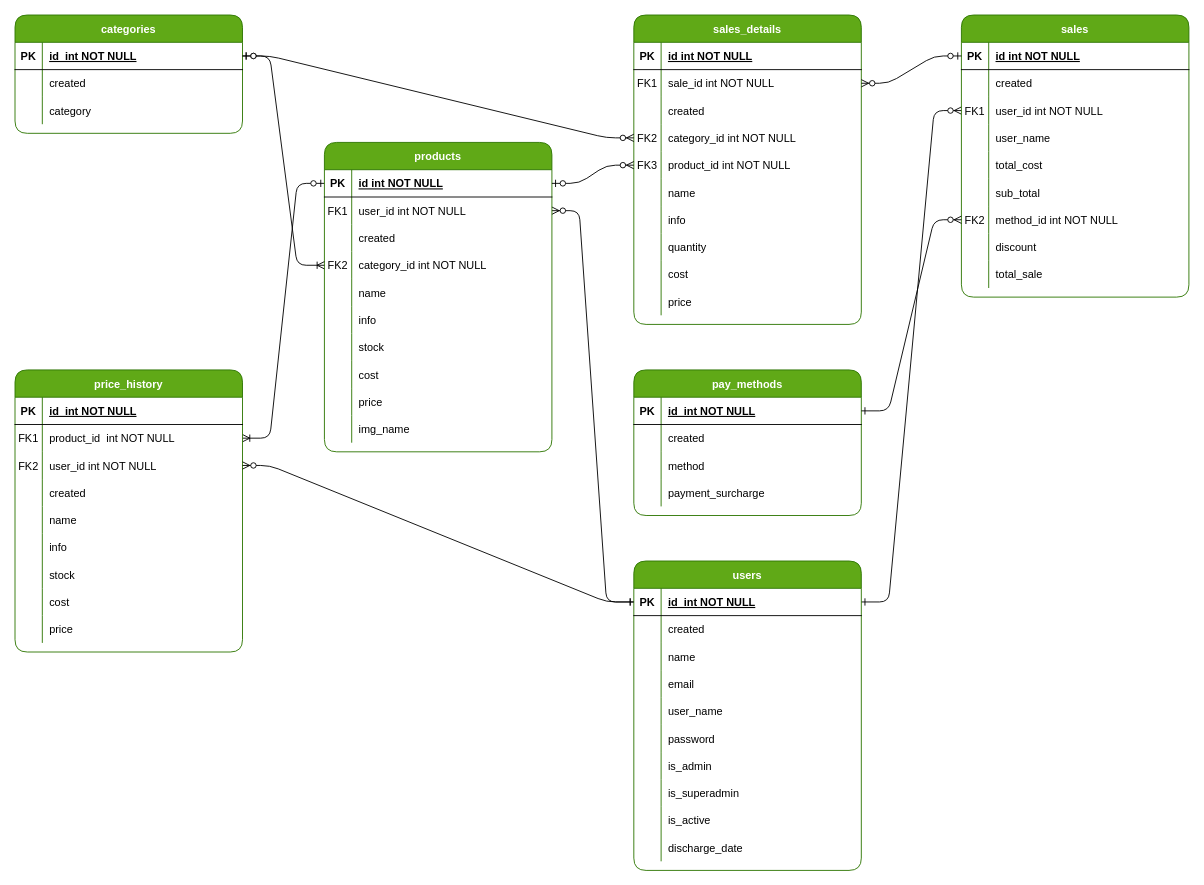
Earlier version of the draw.io diagram Entidades-relaciones.drawio (m415x/POS). Source tidied: cells renumbered, new cells numbered last; positions are measured from the earlier drawing's top-left corner, leaving out a move shared by most shapes. Both pictures are drawn from the tidied source at 91%, with x=0, y=0 at pixel (15, 15).
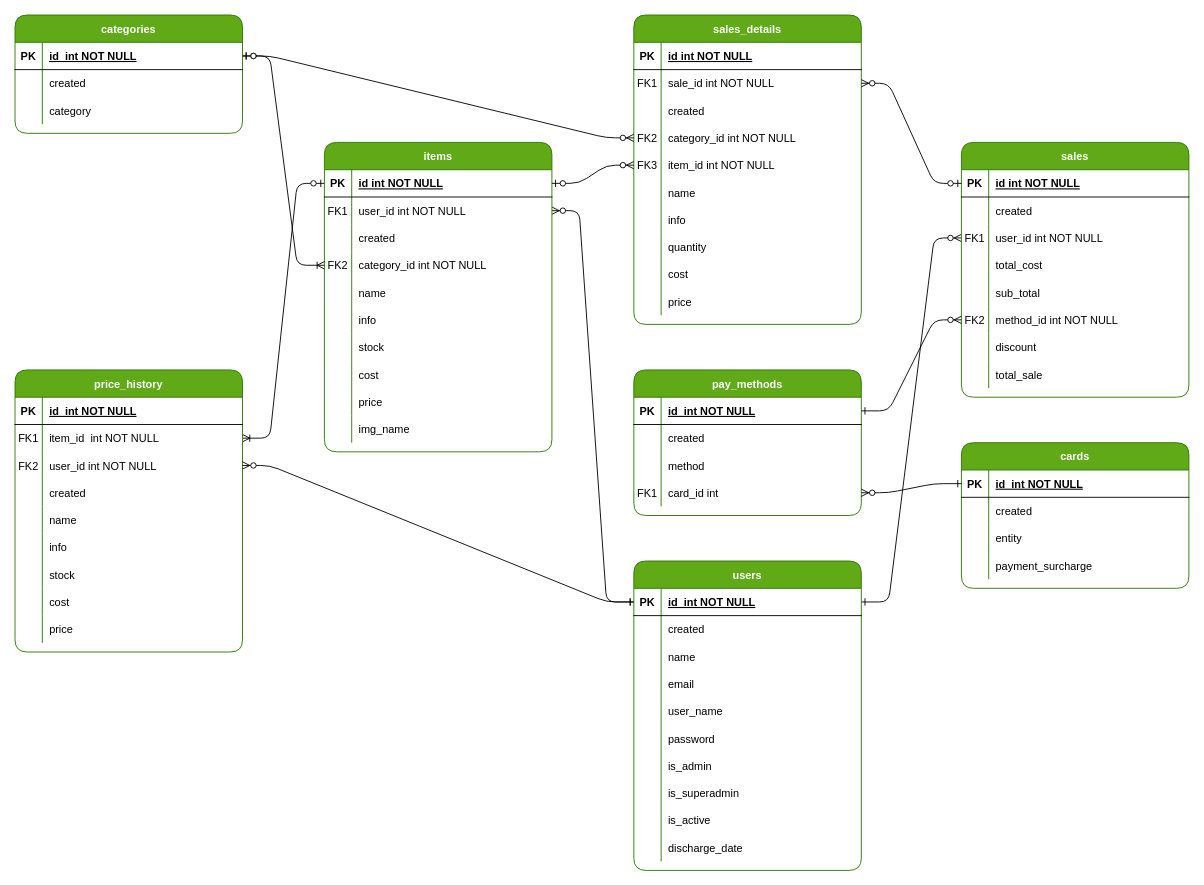
Above is the later version.

The change refers to these unchanged cells:
```xml
<mxCell id="108" style="shape=partialRectangle;fillColor=none;points=[[0,0.5],[1,0.5]];portConstraint=eastwest;top=0;left=0;right=0;bottom=0;" parent="95" vertex="1">
  <mxGeometry y="150" width="250" height="30" as="geometry" />
</mxCell>
<mxCell id="132" style="shape=partialRectangle;fillColor=none;points=[[0,0.5],[1,0.5]];portConstraint=eastwest;top=0;left=0;right=0;bottom=0;" parent="128" vertex="1">
  <mxGeometry y="60" width="250" height="30" as="geometry" />
</mxCell>
<mxCell id="156" value="pay_methods" style="shape=table;startSize=30;childLayout=tableLayout;rowLines=0;fontStyle=1;align=center;rounded=1;fillColor=#60a917;fontColor=#ffffff;strokeColor=#2D7600;" parent="1" vertex="1">
  <mxGeometry x="680" y="390" width="250" height="160" as="geometry" />
</mxCell>
```

Change to the diagram source:
```diff
@@
-    <mxCell id="5" value="products" style="shape=table;startSize=30;childLayout=tableLayout;rowLines=0;fontStyle=1;align=center;rounded=1;fillColor=#60a917;fontColor=#ffffff;strokeColor=#2D7600;" parent="1" vertex="1">
+    <mxCell id="5" value="items" style="shape=table;startSize=30;childLayout=tableLayout;rowLines=0;fontStyle=1;align=center;rounded=1;fillColor=#60a917;fontColor=#ffffff;strokeColor=#2D7600;" parent="1" vertex="1">
       <mxGeometry x="340" y="140" width="250" height="340" as="geometry" />
     </mxCell>
@@
     <mxCell id="36" value="sales" style="shape=table;startSize=30;childLayout=tableLayout;rowLines=0;fontStyle=1;align=center;rounded=1;fillColor=#60a917;fontColor=#ffffff;strokeColor=#2D7600;" parent="1" vertex="1">
-      <mxGeometry x="1040" width="250" height="310" as="geometry" />
+      <mxGeometry x="1040" y="140" width="250" height="280" as="geometry" />
     </mxCell>
@@
-    <mxCell id="46" style="shape=partialRectangle;fillColor=none;top=0;left=0;right=0;bottom=0;" parent="36" vertex="1">
-      <mxGeometry y="120" width="250" height="30" as="geometry" />
-    </mxCell>
-    <mxCell id="47" style="shape=partialRectangle;overflow=hidden;fillColor=none;top=0;left=0;bottom=0;right=0;" parent="46" vertex="1">
-      <mxGeometry width="30" height="30" as="geometry" />
-    </mxCell>
-    <mxCell id="48" value="user_name" style="shape=partialRectangle;overflow=hidden;fillColor=none;top=0;left=0;bottom=0;right=0;align=left;spacingLeft=6;" parent="46" vertex="1">
-      <mxGeometry x="30" width="220" height="30" as="geometry" />
-    </mxCell>
     <mxCell id="49" style="shape=partialRectangle;fillColor=none;top=0;left=0;right=0;bottom=0;" parent="36" vertex="1">
-      <mxGeometry y="150" width="250" height="30" as="geometry" />
+      <mxGeometry y="120" width="250" height="30" as="geometry" />
     </mxCell>
@@
     <mxCell id="52" style="shape=partialRectangle;fillColor=none;top=0;left=0;right=0;bottom=0;" parent="36" vertex="1">
-      <mxGeometry y="180" width="250" height="30" as="geometry" />
+      <mxGeometry y="150" width="250" height="30" as="geometry" />
     </mxCell>
@@
     <mxCell id="55" style="shape=partialRectangle;fillColor=none;points=[[0,0.5],[1,0.5]];portConstraint=eastwest;top=0;left=0;right=0;bottom=0;" parent="36" vertex="1">
-      <mxGeometry y="210" width="250" height="30" as="geometry" />
+      <mxGeometry y="180" width="250" height="30" as="geometry" />
     </mxCell>
@@
     <mxCell id="58" style="shape=partialRectangle;fillColor=none;top=0;left=0;right=0;bottom=0;" parent="36" vertex="1">
-      <mxGeometry y="240" width="250" height="30" as="geometry" />
+      <mxGeometry y="210" width="250" height="30" as="geometry" />
     </mxCell>
@@
     <mxCell id="61" style="shape=partialRectangle;fillColor=none;top=0;left=0;right=0;bottom=0;" parent="36" vertex="1">
-      <mxGeometry y="270" width="250" height="30" as="geometry" />
+      <mxGeometry y="240" width="250" height="30" as="geometry" />
     </mxCell>
@@
-    <mxCell id="110" value="product_id int NOT NULL" style="shape=partialRectangle;overflow=hidden;fillColor=none;top=0;left=0;bottom=0;right=0;align=left;spacingLeft=6;" parent="108" vertex="1">
+    <mxCell id="110" value="item_id int NOT NULL" style="shape=partialRectangle;overflow=hidden;fillColor=none;top=0;left=0;bottom=0;right=0;align=left;spacingLeft=6;" parent="108" vertex="1">
       <mxGeometry x="30" width="220" height="30" as="geometry" />
     </mxCell>
@@
-    <mxCell id="134" value="product_id  int NOT NULL" style="shape=partialRectangle;overflow=hidden;fillColor=none;top=0;left=0;bottom=0;right=0;align=left;spacingLeft=6;" parent="132" vertex="1">
+    <mxCell id="134" value="item_id  int NOT NULL" style="shape=partialRectangle;overflow=hidden;fillColor=none;top=0;left=0;bottom=0;right=0;align=left;spacingLeft=6;" parent="132" vertex="1">
       <mxGeometry x="30" width="220" height="30" as="geometry" />
     </mxCell>
@@
-    <mxCell id="166" style="shape=partialRectangle;fillColor=none;top=0;left=0;right=0;bottom=0;" parent="156" vertex="1">
-      <mxGeometry y="120" width="250" height="30" as="geometry" />
-    </mxCell>
-    <mxCell id="167" style="shape=partialRectangle;overflow=hidden;fillColor=none;top=0;left=0;bottom=0;right=0;" parent="166" vertex="1">
-      <mxGeometry width="30" height="30" as="geometry" />
-    </mxCell>
-    <mxCell id="168" value="payment_surcharge" style="shape=partialRectangle;overflow=hidden;fillColor=none;top=0;left=0;bottom=0;right=0;align=left;spacingLeft=6;" parent="166" vertex="1">
-      <mxGeometry x="30" width="220" height="30" as="geometry" />
-    </mxCell>
+    <mxCell id="183" style="shape=partialRectangle;fillColor=none;points=[[0,0.5],[1,0.5]];portConstraint=eastwest;top=0;left=0;right=0;bottom=0;" parent="156" vertex="1">
+      <mxGeometry y="120" width="250" height="30" as="geometry" />
+    </mxCell>
+    <mxCell id="184" value="FK1" style="shape=partialRectangle;overflow=hidden;fillColor=none;top=0;left=0;bottom=0;right=0;" parent="183" vertex="1">
+      <mxGeometry width="30" height="30" as="geometry" />
+    </mxCell>
+    <mxCell id="185" value="card_id int" style="shape=partialRectangle;overflow=hidden;fillColor=none;top=0;left=0;bottom=0;right=0;align=left;spacingLeft=6;" parent="183" vertex="1">
+      <mxGeometry x="30" width="220" height="30" as="geometry" />
+    </mxCell>
@@
+    <mxCell id="186" value="cards" style="shape=table;startSize=30;childLayout=tableLayout;rowLines=0;fontStyle=1;align=center;rounded=1;fillColor=#60a917;fontColor=#ffffff;strokeColor=#2D7600;" parent="1" vertex="1">
+      <mxGeometry x="1040" y="470" width="250" height="160" as="geometry" />
+    </mxCell>
+    <mxCell id="187" style="shape=partialRectangle;fillColor=none;points=[[0,0.5],[1,0.5]];portConstraint=eastwest;top=0;left=0;right=0;bottom=1;" parent="186" vertex="1">
+      <mxGeometry y="30" width="250" height="30" as="geometry" />
+    </mxCell>
+    <mxCell id="188" value="PK" style="shape=partialRectangle;overflow=hidden;fillColor=none;top=0;left=0;bottom=0;right=0;fontStyle=1;" parent="187" vertex="1">
+      <mxGeometry width="30" height="30" as="geometry" />
+    </mxCell>
+    <mxCell id="189" value="id  int NOT NULL" style="shape=partialRectangle;overflow=hidden;fillColor=none;top=0;left=0;bottom=0;right=0;align=left;spacingLeft=6;fontStyle=5;" parent="187" vertex="1">
+      <mxGeometry x="30" width="220" height="30" as="geometry" />
+    </mxCell>
+    <mxCell id="190" style="shape=partialRectangle;fillColor=none;top=0;left=0;right=0;bottom=0;" parent="186" vertex="1">
+      <mxGeometry y="60" width="250" height="30" as="geometry" />
+    </mxCell>
+    <mxCell id="191" style="shape=partialRectangle;overflow=hidden;fillColor=none;top=0;left=0;bottom=0;right=0;" parent="190" vertex="1">
+      <mxGeometry width="30" height="30" as="geometry" />
+    </mxCell>
+    <mxCell id="192" value="created" style="shape=partialRectangle;overflow=hidden;fillColor=none;top=0;left=0;bottom=0;right=0;align=left;spacingLeft=6;" parent="190" vertex="1">
+      <mxGeometry x="30" width="220" height="30" as="geometry" />
+    </mxCell>
+    <mxCell id="193" style="shape=partialRectangle;fillColor=none;top=0;left=0;right=0;bottom=0;" parent="186" vertex="1">
+      <mxGeometry y="90" width="250" height="30" as="geometry" />
+    </mxCell>
+    <mxCell id="194" style="shape=partialRectangle;overflow=hidden;fillColor=none;top=0;left=0;bottom=0;right=0;" parent="193" vertex="1">
+      <mxGeometry width="30" height="30" as="geometry" />
+    </mxCell>
+    <mxCell id="195" value="entity" style="shape=partialRectangle;overflow=hidden;fillColor=none;top=0;left=0;bottom=0;right=0;align=left;spacingLeft=6;" parent="193" vertex="1">
+      <mxGeometry x="30" width="220" height="30" as="geometry" />
+    </mxCell>
+    <mxCell id="196" style="shape=partialRectangle;fillColor=none;top=0;left=0;right=0;bottom=0;" parent="186" vertex="1">
+      <mxGeometry y="120" width="250" height="30" as="geometry" />
+    </mxCell>
+    <mxCell id="197" style="shape=partialRectangle;overflow=hidden;fillColor=none;top=0;left=0;bottom=0;right=0;" parent="196" vertex="1">
+      <mxGeometry width="30" height="30" as="geometry" />
+    </mxCell>
+    <mxCell id="168" value="payment_surcharge" style="shape=partialRectangle;overflow=hidden;fillColor=none;top=0;left=0;bottom=0;right=0;align=left;spacingLeft=6;" parent="196" vertex="1">
+      <mxGeometry x="30" width="220" height="30" as="geometry" />
+    </mxCell>
+    <mxCell id="198" style="edgeStyle=entityRelationEdgeStyle;endArrow=ERzeroToMany;startArrow=ERone;endFill=1;startFill=0;entryX=1;entryY=0.5;entryDx=0;entryDy=0;exitX=0;exitY=0.5;exitDx=0;exitDy=0;" parent="1" edge="1" source="187" target="183">
+      <mxGeometry relative="1" as="geometry" />
+    </mxCell>
```
